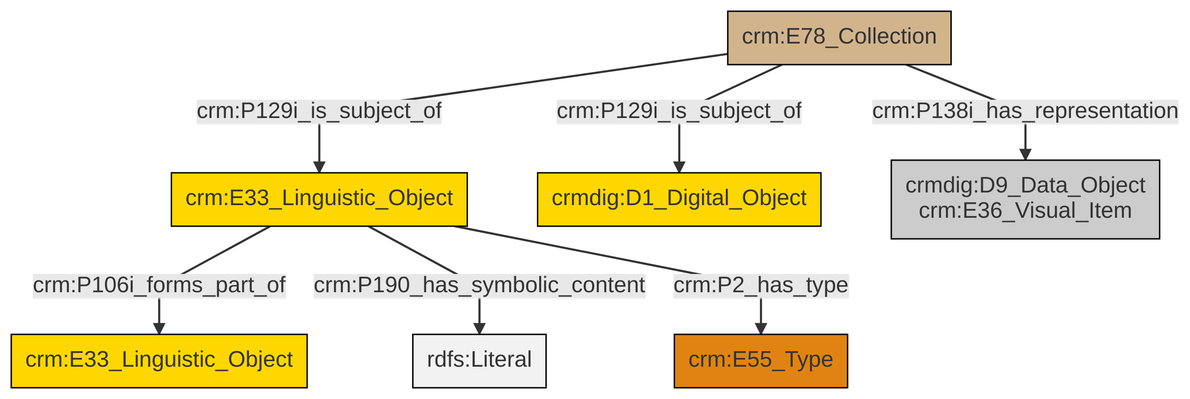
Above: et/archivalCSV/ttl/mmd/png/archival_docs.png in swiss-art-research-net/docs.swissartresearch (Mermaid), before the change. Its source is kept beside it as et/archivalCSV/ttl/mmd/archival_docs.ttl.mmd.
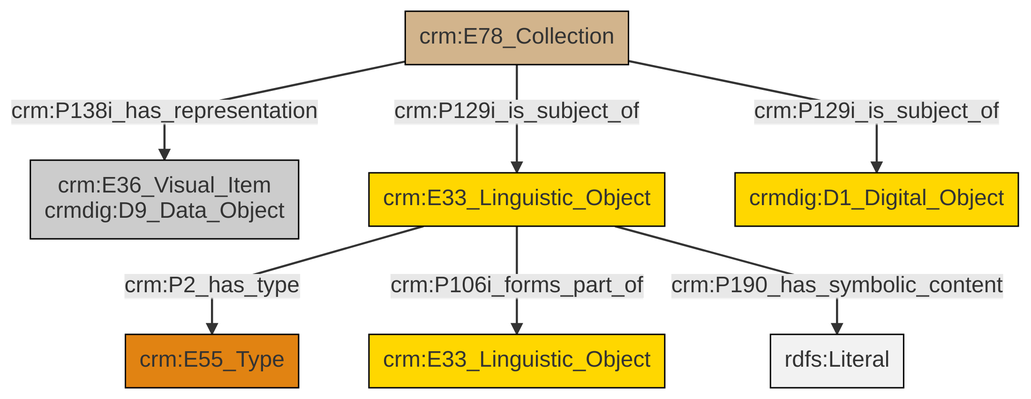
After the change.

Diff of the diagram source:
```diff
@@ -13,9 +13,9 @@
 classDef PC_Classes fill:#4ce600, stroke:#000000;
 classDef Multi fill:#cccccc,stroke:#000000;
 
-4["crm:E33_Linguistic_Object"]:::Conceptual_Object -->|crm:P106i_forms_part_of| 2["crm:E33_Linguistic_Object"]:::Conceptual_Object
-4["crm:E33_Linguistic_Object"]:::Conceptual_Object -->|crm:P190_has_symbolic_content| 12[rdfs:Literal]:::Literal
-4["crm:E33_Linguistic_Object"]:::Conceptual_Object -->|crm:P2_has_type| 0["crm:E55_Type"]:::Type
-8["crm:E78_Collection"]:::Physical_Thing -->|crm:P129i_is_subject_of| 6["crmdig:D1_Digital_Object"]:::Conceptual_Object
-8["crm:E78_Collection"]:::Physical_Thing -->|crm:P129i_is_subject_of| 4["crm:E33_Linguistic_Object"]:::Conceptual_Object
-8["crm:E78_Collection"]:::Physical_Thing -->|crm:P138i_has_representation| 10["crmdig:D9_Data_Object<br>crm:E36_Visual_Item"]:::Multi
+2["crm:E33_Linguistic_Object"]:::Conceptual_Object -->|crm:P2_has_type| 3["crm:E55_Type"]:::Type
+5["crm:E78_Collection"]:::Physical_Thing -->|crm:P138i_has_representation| 0["crm:E36_Visual_Item<br>crmdig:D9_Data_Object"]:::Multi
+2["crm:E33_Linguistic_Object"]:::Conceptual_Object -->|crm:P106i_forms_part_of| 9["crm:E33_Linguistic_Object"]:::Conceptual_Object
+5["crm:E78_Collection"]:::Physical_Thing -->|crm:P129i_is_subject_of| 2["crm:E33_Linguistic_Object"]:::Conceptual_Object
+2["crm:E33_Linguistic_Object"]:::Conceptual_Object -->|crm:P190_has_symbolic_content| 12[rdfs:Literal]:::Literal
+5["crm:E78_Collection"]:::Physical_Thing -->|crm:P129i_is_subject_of| 6["crmdig:D1_Digital_Object"]:::Conceptual_Object
```
